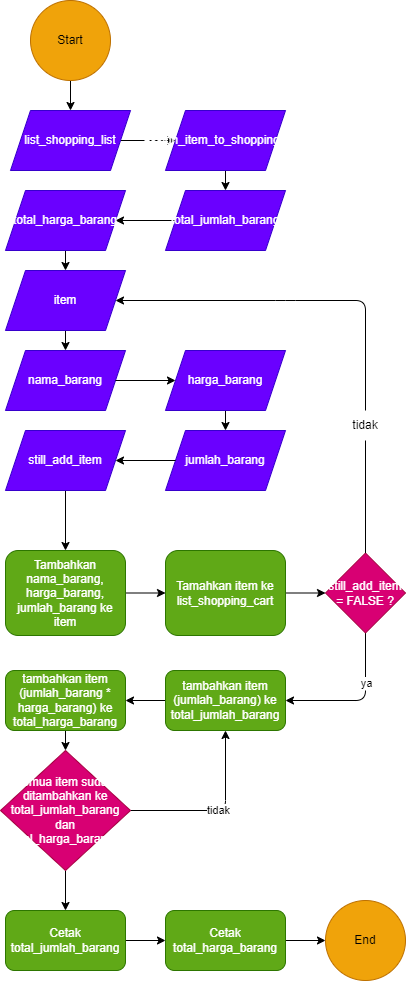
Earlier version of the draw.io export flowchart.drawio.png (nerocldproject/se-final-project-shopping-cart). Source tidied: cells renumbered, new cells last; positions are measured from the earlier drawing's top-left corner, leaving out a move shared by most shapes.
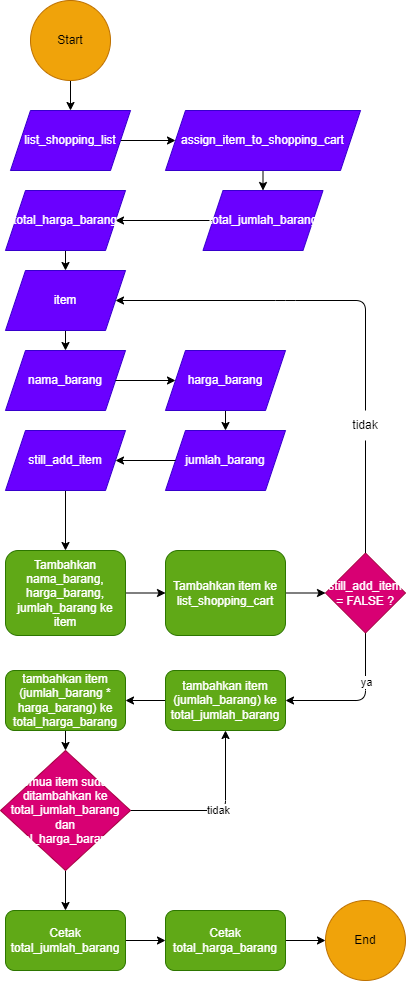
Later version of the same file.

Commit message:
style: fix typo words in flowchart

What changed in the source:
```diff
@@ -77,13 +77,13 @@
       <mxGeometry relative="1" as="geometry" />
     </mxCell>
     <mxCell id="23" value="assign_item_to_shopping_cart" style="shape=parallelogram;perimeter=parallelogramPerimeter;whiteSpace=wrap;html=1;fixedSize=1;fillColor=#6a00ff;fontColor=#ffffff;strokeColor=#3700CC;" parent="1" vertex="1">
-      <mxGeometry x="165" y="110" width="120" height="60" as="geometry" />
+      <mxGeometry x="165" y="110" width="195" height="60" as="geometry" />
     </mxCell>
     <mxCell id="24" style="edgeStyle=none;html=1;exitX=0;exitY=0.5;exitDx=0;exitDy=0;" parent="1" edge="1" source="25" target="27">
       <mxGeometry relative="1" as="geometry" />
     </mxCell>
     <mxCell id="25" value="total_jumlah_barang" style="shape=parallelogram;perimeter=parallelogramPerimeter;whiteSpace=wrap;html=1;fixedSize=1;fillColor=#6a00ff;fontColor=#ffffff;strokeColor=#3700CC;" parent="1" vertex="1">
-      <mxGeometry x="165" y="190" width="120" height="60" as="geometry" />
+      <mxGeometry x="202.5" y="190" width="120" height="60" as="geometry" />
     </mxCell>
     <mxCell id="26" style="edgeStyle=none;html=1;entryX=0.5;entryY=0;entryDx=0;entryDy=0;" parent="1" edge="1" source="27" target="29">
       <mxGeometry relative="1" as="geometry" />
@@ -106,7 +106,7 @@
     <mxCell id="32" style="edgeStyle=none;html=1;exitX=1;exitY=0.5;exitDx=0;exitDy=0;" parent="1" edge="1" source="33" target="13">
       <mxGeometry relative="1" as="geometry" />
     </mxCell>
-    <mxCell id="33" value="Tamahkan item ke list_shopping_cart" style="rounded=1;whiteSpace=wrap;html=1;fillColor=#60a917;fontColor=#ffffff;strokeColor=#2D7600;" parent="1" vertex="1">
+    <mxCell id="33" value="Tambahkan item ke list_shopping_cart" style="rounded=1;whiteSpace=wrap;html=1;fillColor=#60a917;fontColor=#ffffff;strokeColor=#2D7600;" parent="1" vertex="1">
       <mxGeometry x="165" y="550" width="120" height="85" as="geometry" />
     </mxCell>
     <mxCell id="34" style="edgeStyle=none;html=1;entryX=0.5;entryY=0;entryDx=0;entryDy=0;" parent="1" edge="1" source="35" target="38">
```
